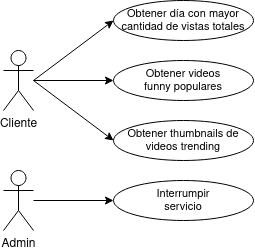
Before: imgs/casos_de_uso.png, a diagram exported from draw.io (FrancoBar/Distribuidos-Tp2). Source tidied: cells renumbered, new cells last; positions are measured from the earlier drawing's top-left corner, leaving out a move shared by most shapes. The source it was exported from:
```xml
<mxGraphModel>
  <root>
    <mxCell id="0" />
    <mxCell id="1" parent="0" />
    <mxCell id="2" style="edgeStyle=orthogonalEdgeStyle;rounded=0;jettySize=auto;html=1;entryX=0;entryY=0.5;entryDx=0;entryDy=0;" parent="1" edge="1" source="3" target="6">
      <mxGeometry relative="1" as="geometry" />
    </mxCell>
    <mxCell id="3" value="Cliente" style="shape=umlActor;verticalLabelPosition=bottom;verticalAlign=top;html=1;outlineConnect=0;" parent="1" vertex="1">
      <mxGeometry y="50" width="30" height="60" as="geometry" />
    </mxCell>
    <mxCell id="4" style="edgeStyle=orthogonalEdgeStyle;rounded=0;jettySize=auto;html=1;entryX=0;entryY=0.5;entryDx=0;entryDy=0;" parent="1" edge="1" source="5" target="7">
      <mxGeometry relative="1" as="geometry" />
    </mxCell>
    <mxCell id="5" value="Admin" style="shape=umlActor;verticalLabelPosition=bottom;verticalAlign=top;html=1;outlineConnect=0;" parent="1" vertex="1">
      <mxGeometry y="170" width="30" height="60" as="geometry" />
    </mxCell>
    <mxCell id="6" value="&lt;div style=&quot;font-size: 11px;&quot;&gt;Obtener videos&lt;/div&gt;&lt;div style=&quot;font-size: 11px;&quot;&gt;funny populares&lt;/div&gt;" style="ellipse;whiteSpace=wrap;html=1;fontSize=11;" parent="1" vertex="1">
      <mxGeometry x="110" y="60" width="140" height="40" as="geometry" />
    </mxCell>
    <mxCell id="7" value="&lt;div style=&quot;font-size: 11px;&quot;&gt;Interrumpir&lt;/div&gt;&lt;div style=&quot;font-size: 11px;&quot;&gt;servicio&lt;br style=&quot;font-size: 11px;&quot;&gt;&lt;/div&gt;" style="ellipse;whiteSpace=wrap;html=1;fontSize=11;" parent="1" vertex="1">
      <mxGeometry x="110" y="180" width="140" height="40" as="geometry" />
    </mxCell>
    <mxCell id="8" value="Obtener thumbnails de videos trending" style="ellipse;whiteSpace=wrap;html=1;fontSize=11;" parent="1" vertex="1">
      <mxGeometry x="110" y="120" width="140" height="40" as="geometry" />
    </mxCell>
    <mxCell id="9" value="&lt;div style=&quot;font-size: 11px;&quot;&gt;Obtener día con mayor cantidad de vistas totales&lt;br style=&quot;font-size: 11px;&quot;&gt;&lt;/div&gt;" style="ellipse;whiteSpace=wrap;html=1;fontSize=11;" parent="1" vertex="1">
      <mxGeometry x="110" width="140" height="40" as="geometry" />
    </mxCell>
    <mxCell id="10" style="endArrow=classic;html=1;rounded=0;entryX=0;entryY=0.5;entryDx=0;entryDy=0;" parent="1" edge="1" target="9">
      <mxGeometry relative="1" as="geometry">
        <mxPoint x="30" y="80" as="sourcePoint" />
      </mxGeometry>
    </mxCell>
    <mxCell id="11" style="endArrow=classic;html=1;rounded=0;entryX=0;entryY=0.5;entryDx=0;entryDy=0;" parent="1" edge="1" target="8">
      <mxGeometry relative="1" as="geometry">
        <mxPoint x="30" y="80" as="sourcePoint" />
      </mxGeometry>
    </mxCell>
  </root>
</mxGraphModel>
```
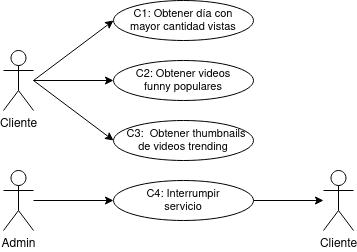
After the change.

Commit message:
Report - Add use cases descriptions

Diff of the diagram source:
```diff
@@ -14,16 +14,19 @@
     <mxCell id="5" value="Admin" style="shape=umlActor;verticalLabelPosition=bottom;verticalAlign=top;html=1;outlineConnect=0;" parent="1" vertex="1">
       <mxGeometry y="170" width="30" height="60" as="geometry" />
     </mxCell>
-    <mxCell id="6" value="&lt;div style=&quot;font-size: 11px;&quot;&gt;Obtener videos&lt;/div&gt;&lt;div style=&quot;font-size: 11px;&quot;&gt;funny populares&lt;/div&gt;" style="ellipse;whiteSpace=wrap;html=1;fontSize=11;" parent="1" vertex="1">
+    <mxCell id="6" value="C2: Obtener videos&lt;div style=&quot;font-size: 11px;&quot;&gt;funny populares&lt;/div&gt;" style="ellipse;whiteSpace=wrap;html=1;fontSize=11;" parent="1" vertex="1">
       <mxGeometry x="110" y="60" width="140" height="40" as="geometry" />
     </mxCell>
+    <mxCell id="12" style="edgeStyle=orthogonalEdgeStyle;rounded=0;jettySize=auto;html=1;" parent="1" edge="1" source="7" target="13">
+      <mxGeometry relative="1" as="geometry" />
+    </mxCell>
-    <mxCell id="7" value="&lt;div style=&quot;font-size: 11px;&quot;&gt;Interrumpir&lt;/div&gt;&lt;div style=&quot;font-size: 11px;&quot;&gt;servicio&lt;br style=&quot;font-size: 11px;&quot;&gt;&lt;/div&gt;" style="ellipse;whiteSpace=wrap;html=1;fontSize=11;" parent="1" vertex="1">
+    <mxCell id="7" value="C4: Interrumpir&lt;div style=&quot;font-size: 11px;&quot;&gt;servicio&lt;br style=&quot;font-size: 11px;&quot;&gt;&lt;/div&gt;" style="ellipse;whiteSpace=wrap;html=1;fontSize=11;" parent="1" vertex="1">
       <mxGeometry x="110" y="180" width="140" height="40" as="geometry" />
     </mxCell>
-    <mxCell id="8" value="Obtener thumbnails de videos trending" style="ellipse;whiteSpace=wrap;html=1;fontSize=11;" parent="1" vertex="1">
+    <mxCell id="8" value="&amp;nbsp; C3:&amp;nbsp; Obtener thumbnails de videos trending" style="ellipse;whiteSpace=wrap;html=1;fontSize=11;" parent="1" vertex="1">
       <mxGeometry x="110" y="120" width="140" height="40" as="geometry" />
     </mxCell>
-    <mxCell id="9" value="&lt;div style=&quot;font-size: 11px;&quot;&gt;Obtener día con mayor cantidad de vistas totales&lt;br style=&quot;font-size: 11px;&quot;&gt;&lt;/div&gt;" style="ellipse;whiteSpace=wrap;html=1;fontSize=11;" parent="1" vertex="1">
+    <mxCell id="9" value="&lt;div style=&quot;font-size: 11px;&quot;&gt;C1: Obtener día con&lt;/div&gt;&lt;div style=&quot;font-size: 11px;&quot;&gt;mayor cantidad vistas&lt;br style=&quot;font-size: 11px;&quot;&gt;&lt;/div&gt;" style="ellipse;whiteSpace=wrap;html=1;fontSize=11;" parent="1" vertex="1">
       <mxGeometry x="110" width="140" height="40" as="geometry" />
     </mxCell>
     <mxCell id="10" style="endArrow=classic;html=1;rounded=0;entryX=0;entryY=0.5;entryDx=0;entryDy=0;" parent="1" edge="1" target="9">
@@ -36,5 +39,8 @@
         <mxPoint x="30" y="80" as="sourcePoint" />
       </mxGeometry>
     </mxCell>
+    <mxCell id="13" value="Cliente" style="shape=umlActor;verticalLabelPosition=bottom;verticalAlign=top;html=1;outlineConnect=0;" parent="1" vertex="1">
+      <mxGeometry x="320" y="170" width="30" height="60" as="geometry" />
+    </mxCell>
   </root>
 </mxGraphModel>
```
